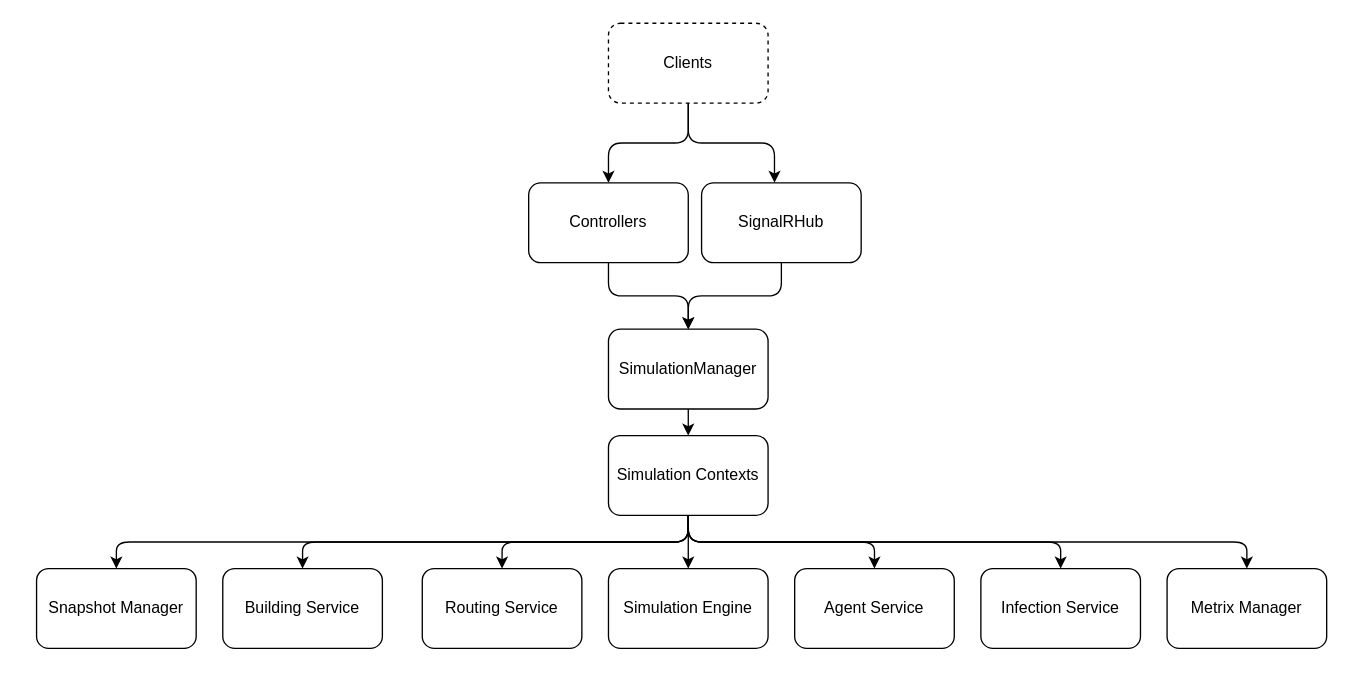
The draw.io diagram Chapters/DocumentedDesignMedia/backend_architecture_diagram.drawio in HWField/NEAComputerScienceReport-ALevel-, before the edit. Source tidied: cells renumbered, new cells numbered last; positions are measured from the earlier drawing's top-left corner, leaving out a move shared by most shapes. Both pictures are drawn from the tidied source at 133%, with x=0, y=0 at pixel (36, 23).
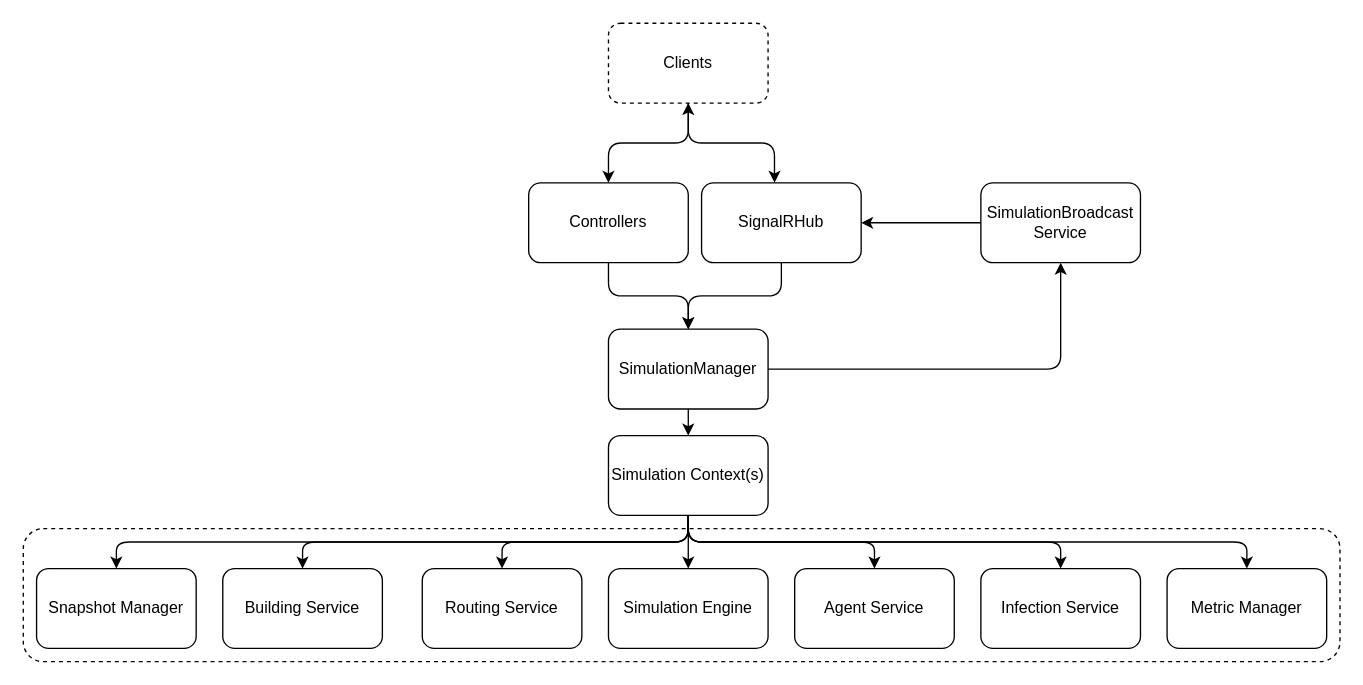
Above is the later version.

The change refers to these unchanged cells:
```xml
<mxCell id="7" value="SignalRHub" style="rounded=1;whiteSpace=wrap;html=1;" parent="1" vertex="1">
  <mxGeometry x="500" y="120" width="120" height="60" as="geometry" />
</mxCell>
<mxCell id="9" value="SimulationManager" style="rounded=1;whiteSpace=wrap;html=1;" parent="1" vertex="1">
  <mxGeometry x="430" y="230" width="120" height="60" as="geometry" />
</mxCell>
```

Diff of the diagram source:
```diff
@@
-    <mxCell id="17" value="Simulation Contexts" style="rounded=1;whiteSpace=wrap;html=1;" parent="1" vertex="1">
+    <mxCell id="17" value="Simulation Context(s)" style="rounded=1;whiteSpace=wrap;html=1;" parent="1" vertex="1">
       <mxGeometry x="430" y="310" width="120" height="60" as="geometry" />
     </mxCell>
@@
-    <mxCell id="21" value="Metrix Manager" style="rounded=1;whiteSpace=wrap;html=1;" parent="1" vertex="1">
+    <mxCell id="21" value="Metric Manager" style="rounded=1;whiteSpace=wrap;html=1;" parent="1" vertex="1">
       <mxGeometry x="850" y="410" width="120" height="60" as="geometry" />
     </mxCell>
@@
-    <mxCell id="24" style="edgeStyle=orthogonalEdgeStyle;html=1;entryX=0.457;entryY=-0.002;entryDx=0;entryDy=0;flowAnimation=0;exitX=0.5;exitY=1;exitDx=0;exitDy=0;elbow=vertical;entryPerimeter=0;" parent="1" edge="1" target="7">
+    <mxCell id="24" style="edgeStyle=orthogonalEdgeStyle;html=1;entryX=0.457;entryY=-0.002;entryDx=0;entryDy=0;flowAnimation=0;exitX=0.5;exitY=1;exitDx=0;exitDy=0;elbow=vertical;entryPerimeter=0;startArrow=classic;startFill=1;" parent="1" edge="1" target="7">
       <mxGeometry relative="1" as="geometry">
         <mxPoint x="490" y="60" as="sourcePoint" />
         <Array as="points">
           <mxPoint x="490" y="90" />
           <mxPoint x="555" y="90" />
         </Array>
       </mxGeometry>
     </mxCell>
@@
+    <mxCell id="26" style="edgeStyle=none;html=1;" parent="1" edge="1" source="28" target="7">
+      <mxGeometry relative="1" as="geometry" />
+    </mxCell>
+    <mxCell id="27" style="edgeStyle=orthogonalEdgeStyle;html=1;entryX=1;entryY=0.5;entryDx=0;entryDy=0;exitX=0.5;exitY=1;exitDx=0;exitDy=0;startArrow=classic;startFill=1;endArrow=none;endFill=0;" parent="1" edge="1" source="28" target="9">
+      <mxGeometry relative="1" as="geometry" />
+    </mxCell>
+    <mxCell id="28" value="SimulationBroadcast Service" style="rounded=1;whiteSpace=wrap;html=1;" parent="1" vertex="1">
+      <mxGeometry x="710" y="120" width="120" height="60" as="geometry" />
+    </mxCell>
+    <mxCell id="29" style="rounded=1;whiteSpace=wrap;html=1;fillColor=none;dashed=1;" parent="1" vertex="1">
+      <mxGeometry x="-10" y="380" width="990" height="100" as="geometry" />
+    </mxCell>
```
